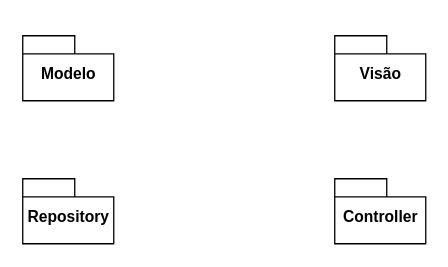
Above: packdiagram.drawio in kaiohenricunha/UML (draw.io), before the change. Source tidied: cells renumbered, new cells numbered last; positions are measured from the earlier drawing's top-left corner, leaving out a move shared by most shapes. Both pictures are drawn from the tidied source at 130%, with x=0, y=0 at pixel (22, 35).
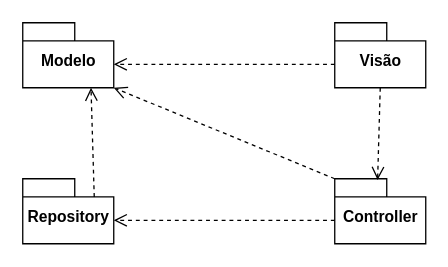
Above is the later version.

Diff of the diagram source:
```diff
@@
 <mxGraphModel>
   <root>
     <mxCell id="0" />
     <mxCell id="1" parent="0" />
     <mxCell id="2" value="Modelo" style="shape=folder;fontStyle=1;spacingTop=10;tabWidth=40;tabHeight=14;tabPosition=left;html=1;" parent="1" vertex="1">
-      <mxGeometry width="70" height="50" as="geometry" />
+      <mxGeometry y="-10" width="70" height="50" as="geometry" />
     </mxCell>
     <mxCell id="3" value="Visão" style="shape=folder;fontStyle=1;spacingTop=10;tabWidth=40;tabHeight=14;tabPosition=left;html=1;" parent="1" vertex="1">
-      <mxGeometry x="240" width="70" height="50" as="geometry" />
+      <mxGeometry x="240" y="-10" width="70" height="50" as="geometry" />
     </mxCell>
     <mxCell id="4" value="Controller" style="shape=folder;fontStyle=1;spacingTop=10;tabWidth=40;tabHeight=14;tabPosition=left;html=1;" parent="1" vertex="1">
       <mxGeometry x="240" y="110" width="70" height="50" as="geometry" />
     </mxCell>
     <mxCell id="5" value="Repository" style="shape=folder;fontStyle=1;spacingTop=10;tabWidth=40;tabHeight=14;tabPosition=left;html=1;" parent="1" vertex="1">
       <mxGeometry y="110" width="70" height="50" as="geometry" />
     </mxCell>
+    <mxCell id="6" style="html=1;verticalAlign=bottom;endArrow=open;dashed=1;endSize=8;entryX=0;entryY=0;entryDx=70;entryDy=32;entryPerimeter=0;exitX=0;exitY=0;exitDx=0;exitDy=32;exitPerimeter=0;" parent="1" edge="1" source="3" target="2">
+      <mxGeometry relative="1" as="geometry" />
+    </mxCell>
+    <mxCell id="7" style="html=1;verticalAlign=bottom;endArrow=open;dashed=1;endSize=8;entryX=0.75;entryY=1;entryDx=0;entryDy=0;entryPerimeter=0;exitX=0;exitY=0;exitDx=55;exitDy=14;exitPerimeter=0;" parent="1" edge="1" source="5" target="2">
+      <mxGeometry relative="1" as="geometry" />
+    </mxCell>
+    <mxCell id="8" style="html=1;verticalAlign=bottom;endArrow=open;dashed=1;endSize=8;entryX=0;entryY=0;entryDx=70;entryDy=32;entryPerimeter=0;exitX=0;exitY=0;exitDx=0;exitDy=32;exitPerimeter=0;" parent="1" edge="1" source="4" target="5">
+      <mxGeometry relative="1" as="geometry" />
+    </mxCell>
+    <mxCell id="9" style="html=1;verticalAlign=bottom;endArrow=open;dashed=1;endSize=8;entryX=0.471;entryY=0.02;entryDx=0;entryDy=0;entryPerimeter=0;exitX=0.5;exitY=1;exitDx=0;exitDy=0;exitPerimeter=0;" parent="1" edge="1" source="3" target="4">
+      <mxGeometry relative="1" as="geometry" />
+    </mxCell>
+    <mxCell id="10" style="html=1;verticalAlign=bottom;endArrow=open;dashed=1;endSize=8;entryX=0;entryY=0;entryDx=70;entryDy=50;entryPerimeter=0;exitX=0;exitY=0;exitDx=0;exitDy=0;exitPerimeter=0;" parent="1" edge="1" source="4" target="2">
+      <mxGeometry relative="1" as="geometry" />
+    </mxCell>
   </root>
 </mxGraphModel>
```
